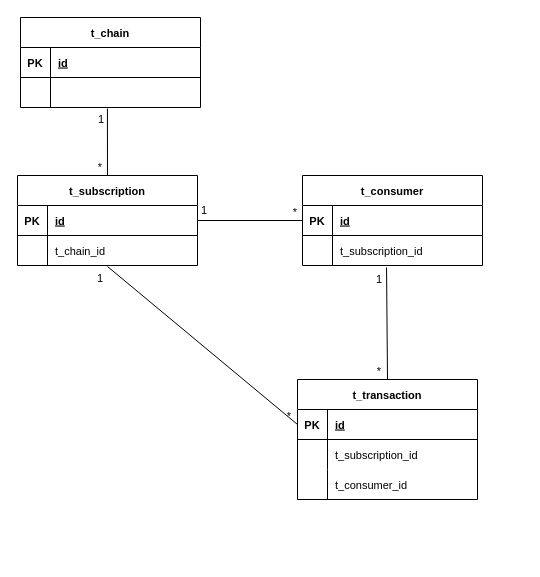
Earlier version of the draw.io diagram page "核心数据关系" (7 of 7) of VRF-architecture.drawio (trevorch/drawio). Source tidied: cells renumbered, new cells numbered last; positions are measured from the earlier drawing's top-left corner, leaving out a move shared by most shapes. Both pictures are drawn from the tidied source at 100%, with x=0, y=0 at pixel (17, 17).
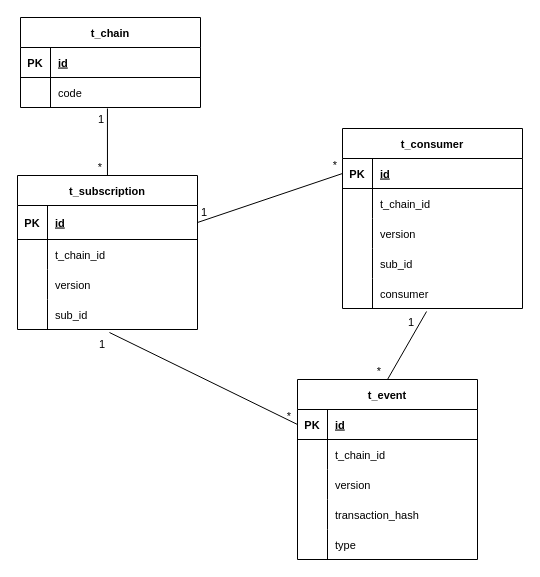
The same page after the edit.

Unchanged cells that the change refers to:
```xml
<mxCell id="13" style="shape=tableRow;horizontal=0;startSize=0;swimlaneHead=0;swimlaneBody=0;fillColor=none;points=[[0,0.5],[1,0.5]];portConstraint=eastwest;top=0;left=0;right=0;bottom=0;fontSize=11;" parent="9" vertex="1">
  <mxGeometry y="60" width="180" height="30" as="geometry" />
</mxCell>
<mxCell id="20" style="shape=tableRow;horizontal=0;startSize=0;swimlaneHead=0;swimlaneBody=0;fillColor=none;points=[[0,0.5],[1,0.5]];portConstraint=eastwest;top=0;left=0;right=0;bottom=0;fontSize=11;" parent="16" vertex="1">
  <mxGeometry y="60" width="180" height="30" as="geometry" />
</mxCell>
<mxCell id="24" style="shape=tableRow;horizontal=0;startSize=0;swimlaneHead=0;swimlaneBody=0;fillColor=none;points=[[0,0.5],[1,0.5]];portConstraint=eastwest;top=0;left=0;right=0;bottom=1;fontSize=11;" parent="23" vertex="1">
  <mxGeometry y="30" width="180" height="30" as="geometry" />
</mxCell>
<mxCell id="27" style="shape=tableRow;horizontal=0;startSize=0;swimlaneHead=0;swimlaneBody=0;fillColor=none;top=0;left=0;right=0;bottom=0;fontSize=11;" parent="23" vertex="1">
  <mxGeometry y="60" width="180" height="30" as="geometry" />
</mxCell>
<mxCell id="30" style="shape=tableRow;horizontal=0;startSize=0;swimlaneHead=0;swimlaneBody=0;fillColor=none;top=0;left=0;right=0;bottom=0;fontSize=11;" parent="23" vertex="1">
  <mxGeometry y="90" width="180" height="30" as="geometry" />
</mxCell>
```

What changed in the source:
```diff
@@
     <mxCell id="2" value="t_subscription" style="shape=table;startSize=30;childLayout=tableLayout;rowLines=0;fontStyle=1;align=center;fontSize=11;" parent="1" vertex="1">
-      <mxGeometry y="158" width="180" height="90" as="geometry" />
+      <mxGeometry y="158" width="180" height="154" as="geometry" />
     </mxCell>
     <mxCell id="3" style="shape=tableRow;horizontal=0;startSize=0;swimlaneHead=0;swimlaneBody=0;fillColor=none;points=[[0,0.5],[1,0.5]];portConstraint=eastwest;top=0;left=0;right=0;bottom=1;fontSize=11;" parent="2" vertex="1">
-      <mxGeometry y="30" width="180" height="30" as="geometry" />
+      <mxGeometry y="30" width="180" height="34" as="geometry" />
     </mxCell>
     <mxCell id="4" value="PK" style="shape=partialRectangle;fillColor=none;top=0;left=0;bottom=0;right=0;fontStyle=1;overflow=hidden;fontSize=11;" parent="3" vertex="1">
-      <mxGeometry width="30" height="30" as="geometry" />
+      <mxGeometry width="30" height="34" as="geometry" />
     </mxCell>
     <mxCell id="5" value="id" style="shape=partialRectangle;fillColor=none;top=0;left=0;bottom=0;right=0;align=left;spacingLeft=6;fontStyle=5;overflow=hidden;fontSize=11;" parent="3" vertex="1">
-      <mxGeometry x="30" width="150" height="30" as="geometry" />
+      <mxGeometry x="30" width="150" height="34" as="geometry" />
     </mxCell>
     <mxCell id="6" style="shape=tableRow;horizontal=0;startSize=0;swimlaneHead=0;swimlaneBody=0;fillColor=none;points=[[0,0.5],[1,0.5]];portConstraint=eastwest;top=0;left=0;right=0;bottom=0;fontSize=11;" parent="2" vertex="1">
-      <mxGeometry y="60" width="180" height="30" as="geometry" />
+      <mxGeometry y="64" width="180" height="30" as="geometry" />
     </mxCell>
@@
+    <mxCell id="45" style="shape=tableRow;horizontal=0;startSize=0;swimlaneHead=0;swimlaneBody=0;fillColor=none;top=0;left=0;right=0;bottom=0;fontSize=11;" parent="2" vertex="1">
+      <mxGeometry y="94" width="180" height="30" as="geometry" />
+    </mxCell>
+    <mxCell id="46" style="shape=partialRectangle;fillColor=none;top=0;left=0;bottom=0;right=0;overflow=hidden;fontSize=11;" parent="45" vertex="1">
+      <mxGeometry width="30" height="30" as="geometry" />
+    </mxCell>
+    <mxCell id="47" value="version" style="shape=partialRectangle;fillColor=none;top=0;left=0;bottom=0;right=0;align=left;spacingLeft=6;overflow=hidden;fontSize=11;" parent="45" vertex="1">
+      <mxGeometry x="30" width="150" height="30" as="geometry" />
+    </mxCell>
+    <mxCell id="48" style="shape=tableRow;horizontal=0;startSize=0;swimlaneHead=0;swimlaneBody=0;fillColor=none;points=[[0,0.5],[1,0.5]];portConstraint=eastwest;top=0;left=0;right=0;bottom=0;fontSize=11;" parent="2" vertex="1">
+      <mxGeometry y="124" width="180" height="30" as="geometry" />
+    </mxCell>
+    <mxCell id="49" style="shape=partialRectangle;fillColor=none;top=0;left=0;bottom=0;right=0;overflow=hidden;fontSize=11;" parent="48" vertex="1">
+      <mxGeometry width="30" height="30" as="geometry" />
+    </mxCell>
+    <mxCell id="50" value="sub_id" style="shape=partialRectangle;fillColor=none;top=0;left=0;bottom=0;right=0;align=left;spacingLeft=6;overflow=hidden;fontSize=11;" parent="48" vertex="1">
+      <mxGeometry x="30" width="150" height="30" as="geometry" />
+    </mxCell>
     <mxCell id="9" value="t_consumer" style="shape=table;startSize=30;childLayout=tableLayout;rowLines=0;fontStyle=1;align=center;fontSize=11;" parent="1" vertex="1">
-      <mxGeometry x="285" y="158" width="180" height="90" as="geometry" />
+      <mxGeometry x="325" y="111" width="180" height="180" as="geometry" />
     </mxCell>
@@
-    <mxCell id="15" value="t_subscription_id" style="shape=partialRectangle;fillColor=none;top=0;left=0;bottom=0;right=0;align=left;spacingLeft=6;overflow=hidden;fontSize=11;" parent="13" vertex="1">
+    <mxCell id="15" value="t_chain_id" style="shape=partialRectangle;fillColor=none;top=0;left=0;bottom=0;right=0;align=left;spacingLeft=6;overflow=hidden;fontSize=11;" parent="13" vertex="1">
       <mxGeometry x="30" width="150" height="30" as="geometry" />
     </mxCell>
+    <mxCell id="51" style="shape=tableRow;horizontal=0;startSize=0;swimlaneHead=0;swimlaneBody=0;fillColor=none;top=0;left=0;right=0;bottom=0;fontSize=11;" parent="9" vertex="1">
+      <mxGeometry y="90" width="180" height="30" as="geometry" />
+    </mxCell>
+    <mxCell id="52" style="shape=partialRectangle;fillColor=none;top=0;left=0;bottom=0;right=0;overflow=hidden;fontSize=11;" parent="51" vertex="1">
+      <mxGeometry width="30" height="30" as="geometry" />
+    </mxCell>
+    <mxCell id="53" value="version" style="shape=partialRectangle;fillColor=none;top=0;left=0;bottom=0;right=0;align=left;spacingLeft=6;overflow=hidden;fontSize=11;" parent="51" vertex="1">
+      <mxGeometry x="30" width="150" height="30" as="geometry" />
+    </mxCell>
+    <mxCell id="54" style="shape=tableRow;horizontal=0;startSize=0;swimlaneHead=0;swimlaneBody=0;fillColor=none;top=0;left=0;right=0;bottom=0;fontSize=11;" parent="9" vertex="1">
+      <mxGeometry y="120" width="180" height="30" as="geometry" />
+    </mxCell>
+    <mxCell id="55" style="shape=partialRectangle;fillColor=none;top=0;left=0;bottom=0;right=0;overflow=hidden;fontSize=11;" parent="54" vertex="1">
+      <mxGeometry width="30" height="30" as="geometry" />
+    </mxCell>
+    <mxCell id="56" value="sub_id" style="shape=partialRectangle;fillColor=none;top=0;left=0;bottom=0;right=0;align=left;spacingLeft=6;overflow=hidden;fontSize=11;" parent="54" vertex="1">
+      <mxGeometry x="30" width="150" height="30" as="geometry" />
+    </mxCell>
+    <mxCell id="57" style="shape=tableRow;horizontal=0;startSize=0;swimlaneHead=0;swimlaneBody=0;fillColor=none;points=[[0,0.5],[1,0.5]];portConstraint=eastwest;top=0;left=0;right=0;bottom=0;fontSize=11;" parent="9" vertex="1">
+      <mxGeometry y="150" width="180" height="30" as="geometry" />
+    </mxCell>
+    <mxCell id="58" style="shape=partialRectangle;fillColor=none;top=0;left=0;bottom=0;right=0;overflow=hidden;fontSize=11;" parent="57" vertex="1">
+      <mxGeometry width="30" height="30" as="geometry" />
+    </mxCell>
+    <mxCell id="59" value="consumer" style="shape=partialRectangle;fillColor=none;top=0;left=0;bottom=0;right=0;align=left;spacingLeft=6;overflow=hidden;fontSize=11;" parent="57" vertex="1">
+      <mxGeometry x="30" width="150" height="30" as="geometry" />
+    </mxCell>
@@
-    <mxCell id="22" style="shape=partialRectangle;fillColor=none;top=0;left=0;bottom=0;right=0;align=left;spacingLeft=6;overflow=hidden;fontSize=11;" parent="20" vertex="1">
+    <mxCell id="22" value="code" style="shape=partialRectangle;fillColor=none;top=0;left=0;bottom=0;right=0;align=left;spacingLeft=6;overflow=hidden;fontSize=11;" parent="20" vertex="1">
       <mxGeometry x="30" width="150" height="30" as="geometry" />
     </mxCell>
-    <mxCell id="23" value="t_transaction" style="shape=table;startSize=30;childLayout=tableLayout;rowLines=0;fontStyle=1;align=center;fontSize=11;" parent="1" vertex="1">
-      <mxGeometry x="280" y="362" width="180" height="120" as="geometry" />
+    <mxCell id="23" value="t_event" style="shape=table;startSize=30;childLayout=tableLayout;rowLines=0;fontStyle=1;align=center;fontSize=11;" parent="1" vertex="1">
+      <mxGeometry x="280" y="362" width="180" height="180" as="geometry" />
     </mxCell>
@@
-    <mxCell id="29" value="t_subscription_id" style="shape=partialRectangle;fillColor=none;top=0;left=0;bottom=0;right=0;align=left;spacingLeft=6;overflow=hidden;fontSize=11;" parent="27" vertex="1">
+    <mxCell id="29" value="t_chain_id" style="shape=partialRectangle;fillColor=none;top=0;left=0;bottom=0;right=0;align=left;spacingLeft=6;overflow=hidden;fontSize=11;" parent="27" vertex="1">
       <mxGeometry x="30" width="150" height="30" as="geometry" />
     </mxCell>
@@
-    <mxCell id="32" value="t_consumer_id" style="shape=partialRectangle;fillColor=none;top=0;left=0;bottom=0;right=0;align=left;spacingLeft=6;overflow=hidden;fontSize=11;" parent="30" vertex="1">
+    <mxCell id="32" value="version" style="shape=partialRectangle;fillColor=none;top=0;left=0;bottom=0;right=0;align=left;spacingLeft=6;overflow=hidden;fontSize=11;" parent="30" vertex="1">
       <mxGeometry x="30" width="150" height="30" as="geometry" />
     </mxCell>
+    <mxCell id="60" style="shape=tableRow;horizontal=0;startSize=0;swimlaneHead=0;swimlaneBody=0;fillColor=none;top=0;left=0;right=0;bottom=0;fontSize=11;" parent="23" vertex="1">
+      <mxGeometry y="120" width="180" height="30" as="geometry" />
+    </mxCell>
+    <mxCell id="61" style="shape=partialRectangle;fillColor=none;top=0;left=0;bottom=0;right=0;overflow=hidden;fontSize=11;" parent="60" vertex="1">
+      <mxGeometry width="30" height="30" as="geometry" />
+    </mxCell>
+    <mxCell id="62" value="transaction_hash" style="shape=partialRectangle;fillColor=none;top=0;left=0;bottom=0;right=0;align=left;spacingLeft=6;overflow=hidden;fontSize=11;" parent="60" vertex="1">
+      <mxGeometry x="30" width="150" height="30" as="geometry" />
+    </mxCell>
+    <mxCell id="63" style="shape=tableRow;horizontal=0;startSize=0;swimlaneHead=0;swimlaneBody=0;fillColor=none;top=0;left=0;right=0;bottom=0;fontSize=11;" parent="23" vertex="1">
+      <mxGeometry y="150" width="180" height="30" as="geometry" />
+    </mxCell>
+    <mxCell id="64" style="shape=partialRectangle;fillColor=none;top=0;left=0;bottom=0;right=0;overflow=hidden;fontSize=11;" parent="63" vertex="1">
+      <mxGeometry width="30" height="30" as="geometry" />
+    </mxCell>
+    <mxCell id="65" value="type" style="shape=partialRectangle;fillColor=none;top=0;left=0;bottom=0;right=0;align=left;spacingLeft=6;overflow=hidden;fontSize=11;" parent="63" vertex="1">
+      <mxGeometry x="30" width="150" height="30" as="geometry" />
+    </mxCell>
@@
-    <mxCell id="39" style="endArrow=none;html=1;rounded=0;fontSize=11;exitX=0.467;exitY=1.067;exitDx=0;exitDy=0;exitPerimeter=0;entryX=0.5;entryY=0;entryDx=0;entryDy=0;" parent="1" edge="1" source="13" target="23">
+    <mxCell id="39" style="endArrow=none;html=1;rounded=0;fontSize=11;exitX=0.467;exitY=1.1;exitDx=0;exitDy=0;exitPerimeter=0;entryX=0.5;entryY=0;entryDx=0;entryDy=0;" parent="1" edge="1" source="57" target="23">
       <mxGeometry relative="1" as="geometry" />
     </mxCell>
     <mxCell id="40" value="1" style="html=1;align=left;verticalAlign=bottom;fontSize=11;" parent="39" vertex="1">
       <mxGeometry x="-1" relative="1" as="geometry">
-        <mxPoint x="-12" y="20" as="offset" />
+        <mxPoint x="-20" y="19" as="offset" />
       </mxGeometry>
     </mxCell>
@@
-    <mxCell id="42" style="endArrow=none;html=1;rounded=0;fontSize=11;exitX=0.5;exitY=1.033;exitDx=0;exitDy=0;exitPerimeter=0;entryX=0;entryY=0.5;entryDx=0;entryDy=0;" parent="1" edge="1" source="6" target="24">
+    <mxCell id="42" style="endArrow=none;html=1;rounded=0;fontSize=11;exitX=0.511;exitY=1.1;exitDx=0;exitDy=0;exitPerimeter=0;entryX=0;entryY=0.5;entryDx=0;entryDy=0;" parent="1" edge="1" source="48" target="24">
       <mxGeometry relative="1" as="geometry" />
     </mxCell>
```
